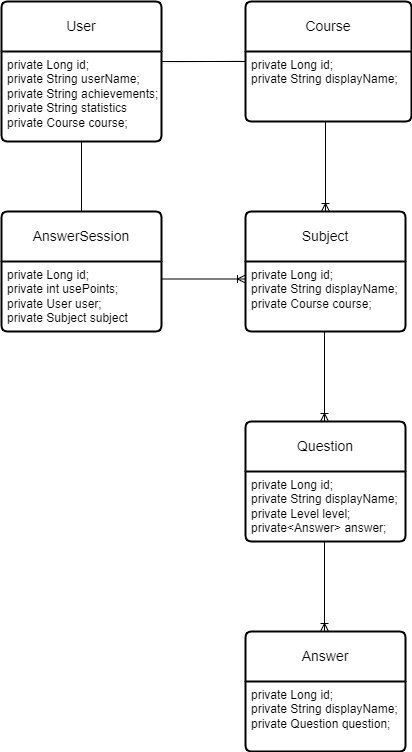
Before: docs/relationship-diagram.png, a diagram exported from draw.io (TobiaszCh/CodeSage). Source tidied: cells renumbered, new cells last; positions are measured from the earlier drawing's top-left corner, leaving out a move shared by most shapes.
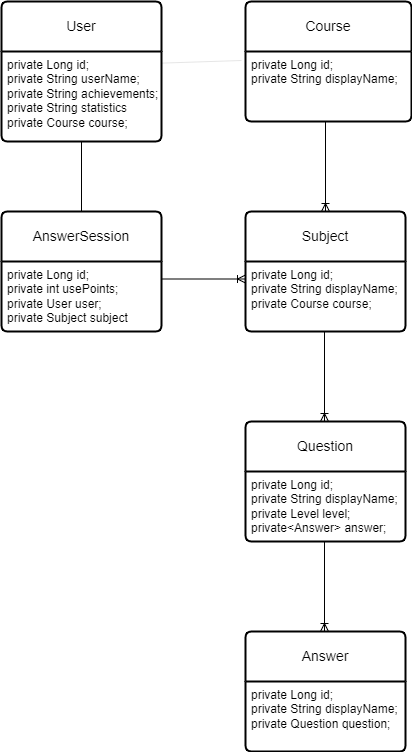
The same file after the commit.

The edit, as a diff of the source:
```diff
@@ -36,14 +36,6 @@
     <mxCell id="11" value="private Long id;&lt;br&gt;private String displayName;&lt;br style=&quot;border-color: var(--border-color);&quot;&gt;private Level level;&lt;br&gt;private&amp;lt;Answer&amp;gt; answer;" style="align=left;strokeColor=none;fillColor=none;spacingLeft=4;fontSize=12;verticalAlign=top;html=1;" parent="10" vertex="1">
       <mxGeometry y="50" width="160" height="70" as="geometry" />
     </mxCell>
-    <mxCell id="12" style="edgeStyle=orthogonalEdgeStyle;rounded=0;jettySize=auto;html=1;exitX=1;exitY=0.25;exitDx=0;exitDy=0;entryX=0;entryY=0;entryDx=0;entryDy=0;endArrow=none;endFill=0;" parent="1" edge="1" source="8" target="3">
-      <mxGeometry relative="1" as="geometry">
-        <Array as="points">
-          <mxPoint x="160" y="60" />
-          <mxPoint x="244" y="60" />
-        </Array>
-      </mxGeometry>
-    </mxCell>
     <mxCell id="13" style="fontSize=12;html=1;endArrow=ERoneToMany;rounded=0;entryX=0.5;entryY=0;entryDx=0;entryDy=0;" parent="1" edge="1">
       <mxGeometry relative="1" as="geometry">
         <mxPoint x="323" y="540" as="sourcePoint" />
```
